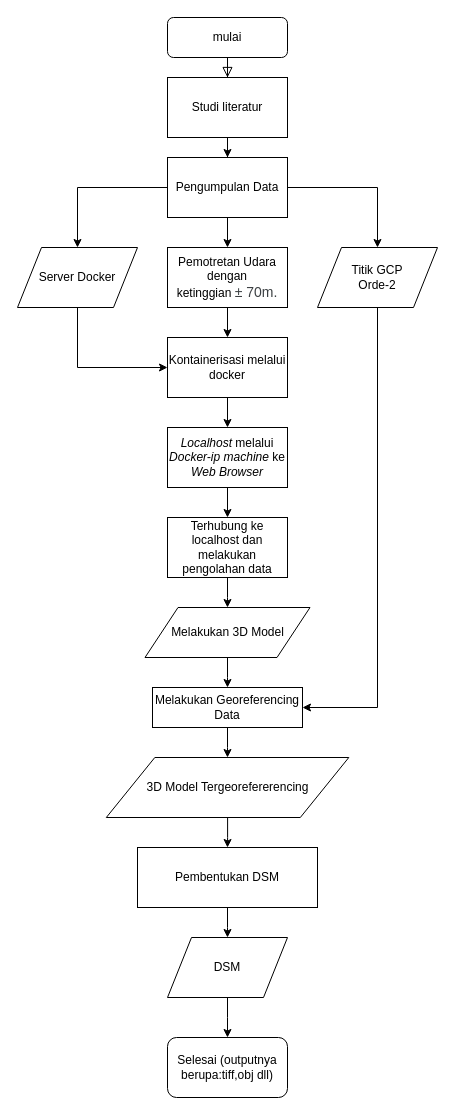
Before: Untitled Diagram.drawio in marshallalkarim/hello-world, a draw.io diagram. Source tidied: cells renumbered, new cells numbered last; positions are measured from the earlier drawing's top-left corner, leaving out a move shared by most shapes. Both pictures are drawn from the tidied source at 100%, with x=0, y=0 at pixel (17, 17).
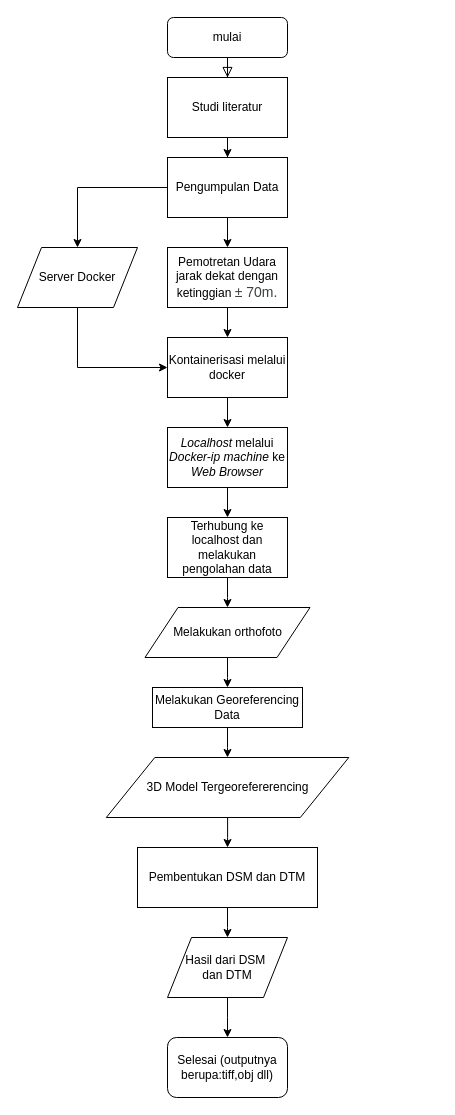
The same page after the edit.

The change refers to these unchanged cells:
```xml
<mxCell id="9" value="Pengumpulan Data" style="rounded=0;whiteSpace=wrap;html=1;" parent="1" vertex="1">
  <mxGeometry x="150" y="140" width="120" height="60" as="geometry" />
</mxCell>
<mxCell id="25" value="Melakukan Georeferencing Data" style="rounded=0;whiteSpace=wrap;html=1;" parent="1" vertex="1">
  <mxGeometry x="135" y="670" width="150" height="40" as="geometry" />
</mxCell>
```

What changed in the source:
```diff
@@
-    <mxCell id="8" style="edgeStyle=orthogonalEdgeStyle;rounded=0;jettySize=auto;html=1;entryX=0.5;entryY=0;entryDx=0;entryDy=0;" parent="1" edge="1" source="9" target="21">
-      <mxGeometry relative="1" as="geometry" />
-    </mxCell>
@@
-    <mxCell id="11" value="Pemotretan Udara dengan&lt;br&gt;ketinggian&amp;nbsp;&lt;span style=&quot;color: rgb(60 , 64 , 67) ; font-family: &amp;#34;arial&amp;#34; , sans-serif ; font-size: 14px ; text-align: left ; background-color: rgb(255 , 255 , 255)&quot;&gt;± 70m.&lt;/span&gt;" style="rounded=0;whiteSpace=wrap;html=1;" parent="1" vertex="1">
+    <mxCell id="11" value="Pemotretan Udara jarak dekat dengan&lt;br&gt;ketinggian&amp;nbsp;&lt;span style=&quot;color: rgb(60 , 64 , 67) ; font-family: &amp;#34;arial&amp;#34; , sans-serif ; font-size: 14px ; text-align: left ; background-color: rgb(255 , 255 , 255)&quot;&gt;± 70m.&lt;/span&gt;" style="rounded=0;whiteSpace=wrap;html=1;" parent="1" vertex="1">
       <mxGeometry x="150" y="230" width="120" height="60" as="geometry" />
     </mxCell>
@@
-    <mxCell id="20" style="edgeStyle=orthogonalEdgeStyle;rounded=0;jettySize=auto;html=1;entryX=1;entryY=0.5;entryDx=0;entryDy=0;exitX=0.417;exitY=1;exitDx=0;exitDy=0;exitPerimeter=0;" parent="1" edge="1" source="21" target="25">
-      <mxGeometry relative="1" as="geometry">
-        <Array as="points">
-          <mxPoint x="360" y="290" />
-          <mxPoint x="360" y="690" />
-        </Array>
-      </mxGeometry>
-    </mxCell>
-    <mxCell id="21" value="Titik GCP &lt;br&gt;Orde-2" style="shape=parallelogram;perimeter=parallelogramPerimeter;whiteSpace=wrap;html=1;" parent="1" vertex="1">
-      <mxGeometry x="300" y="230" width="120" height="60" as="geometry" />
-    </mxCell>
@@
-    <mxCell id="23" value="&lt;span style=&quot;white-space: normal&quot;&gt;Melakukan 3D Model&lt;/span&gt;" style="shape=parallelogram;perimeter=parallelogramPerimeter;whiteSpace=wrap;html=1;" parent="1" vertex="1">
+    <mxCell id="23" value="&lt;span style=&quot;white-space: normal&quot;&gt;Melakukan orthofoto&lt;br&gt;&lt;/span&gt;" style="shape=parallelogram;perimeter=parallelogramPerimeter;whiteSpace=wrap;html=1;" parent="1" vertex="1">
       <mxGeometry x="127.5" y="590" width="165" height="50" as="geometry" />
     </mxCell>
@@
-    <mxCell id="29" value="Pembentukan DSM" style="rounded=0;whiteSpace=wrap;html=1;" parent="1" vertex="1">
+    <mxCell id="29" value="Pembentukan DSM dan DTM" style="rounded=0;whiteSpace=wrap;html=1;" parent="1" vertex="1">
       <mxGeometry x="120" y="830" width="180" height="60" as="geometry" />
     </mxCell>
@@
-    <mxCell id="31" value="DSM" style="shape=parallelogram;perimeter=parallelogramPerimeter;whiteSpace=wrap;html=1;" parent="1" vertex="1">
+    <mxCell id="31" value="Hasil dari DSM&amp;nbsp;&lt;br&gt;dan DTM" style="shape=parallelogram;perimeter=parallelogramPerimeter;whiteSpace=wrap;html=1;" parent="1" vertex="1">
       <mxGeometry x="150" y="920" width="120" height="60" as="geometry" />
     </mxCell>
```
